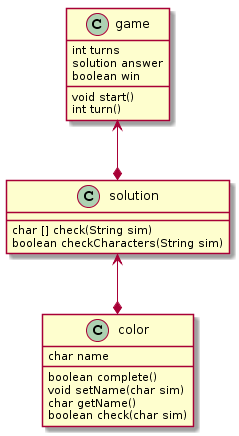
The PlantUML diagram memory/img/uml.png in alu0100819847/MasterMind, before a commit. The source it was exported from:
```plantuml
@startuml
class game{
    int turns
    solution answer
    boolean win
    void start()
    int turn()

}
class solution{
    char [] check(String sim)
    boolean checkCharacters(String sim)

}
class color{
    char name

    boolean complete()
    void setName(char sim)
    char getName()
    boolean check(char sim)
}

game <--* solution
solution <--* color
@enduml
```
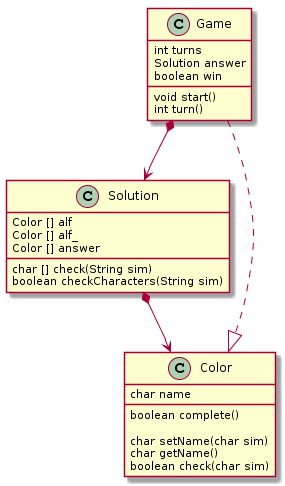
Later version of the same file.

Commit message:
Class name changed

Change to the diagram source:
```diff
@@ -1,26 +1,32 @@
 @startuml
-class game{
+class Game{
     int turns
-    solution answer
+    Solution answer
     boolean win
+
     void start()
     int turn()
+}
 
-}
-class solution{
+class Solution{
+    Color [] alf
+    Color [] alf_
+    Color [] answer
     char [] check(String sim)
     boolean checkCharacters(String sim)
 
 }
-class color{
+
+class Color{
     char name
+    boolean complete()
 
-    boolean complete()
-    void setName(char sim)
+    char setName(char sim)
     char getName()
     boolean check(char sim)
 }
 
-game <--* solution
-solution <--* color
+Game *--> Solution
+Solution *--> Color
+Game ..|> Color
 @enduml
```
